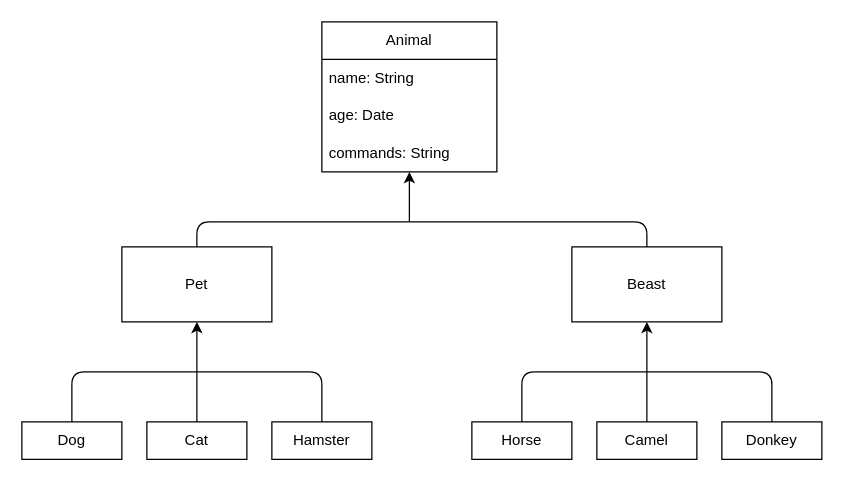
This is tasks6.drawio from Serega1067/PracticalTask, a draw.io file, before an edit. Source tidied: cells renumbered, new cells numbered last; positions are measured from the earlier drawing's top-left corner, leaving out a move shared by most shapes. Both pictures are drawn from the tidied source at 125%, with x=0, y=0 at pixel (21, 21).
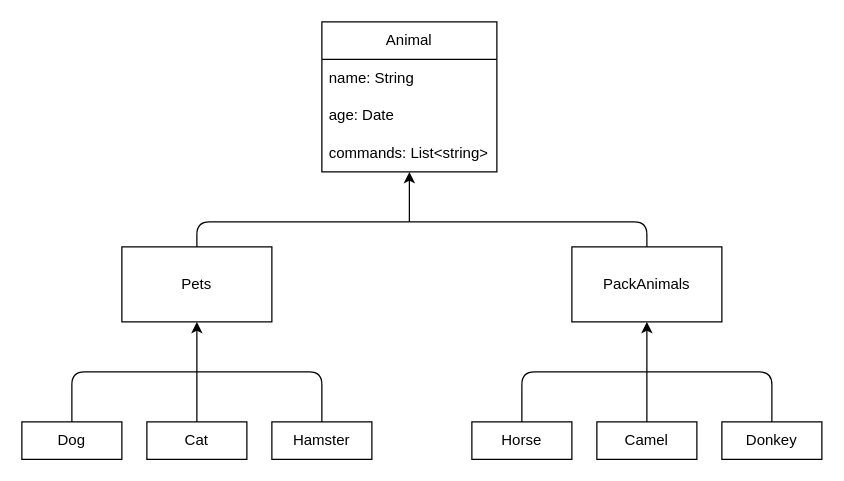
Above is the later version.

The change refers to these unchanged cells:
```xml
<mxCell id="2" value="Animal" style="swimlane;fontStyle=0;horizontal=1;startSize=30;whiteSpace=wrap;html=1;" parent="1" vertex="1">
  <mxGeometry x="240" width="140" height="120" as="geometry" />
</mxCell>
```

What changed in the source:
```diff
@@
-    <mxCell id="5" value="commands: String" style="text;strokeColor=none;fillColor=none;align=left;verticalAlign=middle;spacingLeft=4;spacingRight=4;overflow=hidden;points=[[0,0.5],[1,0.5]];portConstraint=eastwest;whiteSpace=wrap;html=1;" parent="2" vertex="1">
+    <mxCell id="5" value="commands: List&amp;lt;string&amp;gt;" style="text;strokeColor=none;fillColor=none;align=left;verticalAlign=middle;spacingLeft=4;spacingRight=4;overflow=hidden;points=[[0,0.5],[1,0.5]];portConstraint=eastwest;whiteSpace=wrap;html=1;" parent="2" vertex="1">
       <mxGeometry y="90" width="140" height="30" as="geometry" />
     </mxCell>
@@
-    <mxCell id="7" value="Beast" style="rounded=0;whiteSpace=wrap;html=1;" parent="1" vertex="1">
+    <mxCell id="7" value="PackAnimals" style="rounded=0;whiteSpace=wrap;html=1;" parent="1" vertex="1">
       <mxGeometry x="440" y="180" width="120" height="60" as="geometry" />
     </mxCell>
-    <mxCell id="8" value="Pet" style="rounded=0;whiteSpace=wrap;html=1;" parent="1" vertex="1">
+    <mxCell id="8" value="Pets" style="rounded=0;whiteSpace=wrap;html=1;" parent="1" vertex="1">
       <mxGeometry x="80" y="180" width="120" height="60" as="geometry" />
     </mxCell>
```
